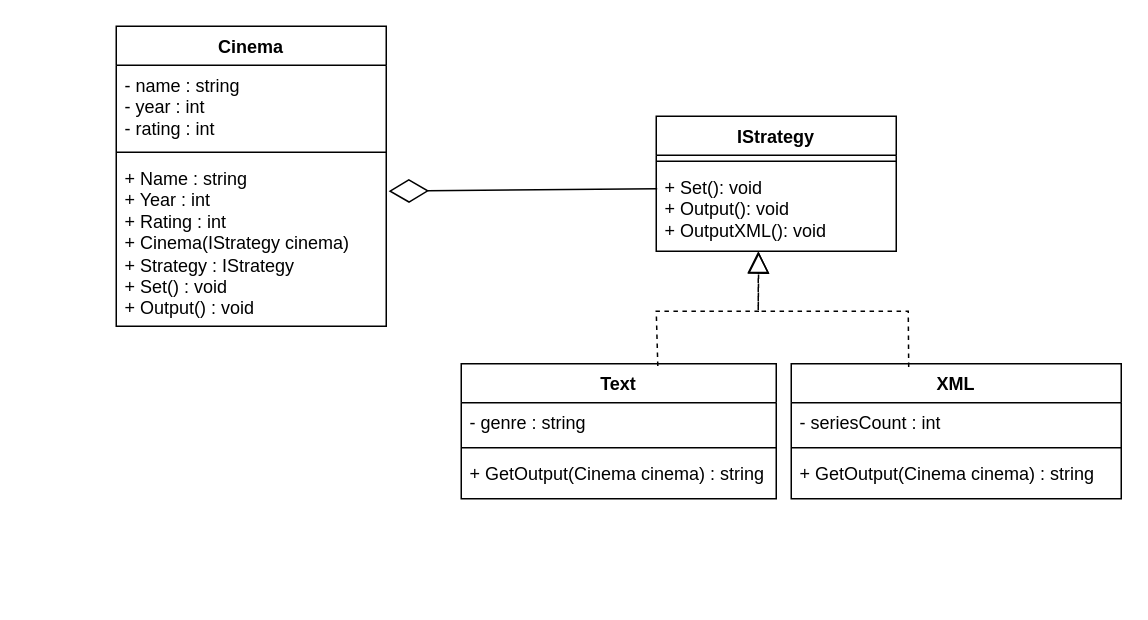
Earlier version of the draw.io diagram sem5/oopsptp/4/diagr.drawio (f1es/lab). Source tidied: cells renumbered, new cells numbered last; positions are measured from the earlier drawing's top-left corner, leaving out a move shared by most shapes. Both pictures are drawn from the tidied source at 150%, with x=0, y=0 at pixel (116, 26).
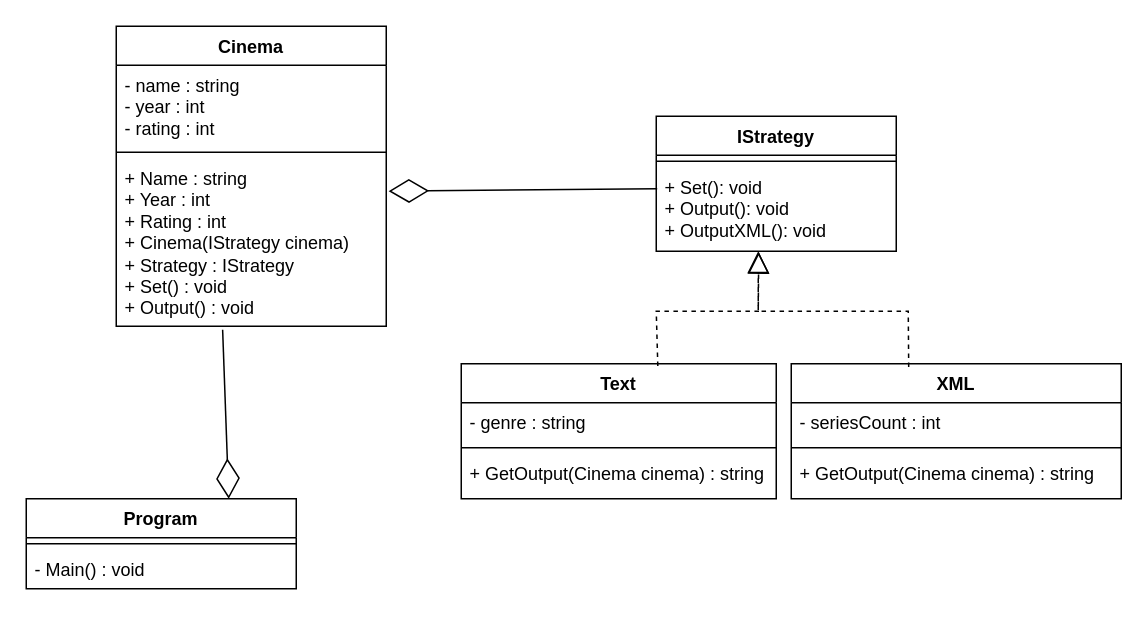
The same diagram, later.

Unchanged cells that the change refers to:
```xml
<mxCell id="8" value="+ Name : string&lt;br&gt;+ Year : int&lt;br&gt;+ Rating : int&lt;br&gt;+ Cinema(IStrategy cinema)&lt;br&gt;+ Strategy : IStrategy&lt;br&gt;+ Set() : void&lt;br&gt;+ Output() : void" style="text;strokeColor=none;fillColor=none;align=left;verticalAlign=top;spacingLeft=4;spacingRight=4;overflow=hidden;points=[[0,0.5],[1,0.5]];portConstraint=eastwest;whiteSpace=wrap;html=1;" parent="5" vertex="1">
  <mxGeometry y="88" width="180" height="112" as="geometry" />
</mxCell>
```

What changed in the source:
```diff
@@
+    <mxCell id="20" value="Program" style="swimlane;fontStyle=1;align=center;verticalAlign=top;horizontal=1;startSize=26;whiteSpace=wrap;html=1;" parent="1" vertex="1">
+      <mxGeometry x="-60" y="315" width="180" height="60" as="geometry" />
+    </mxCell>
+    <mxCell id="21" style="line;strokeWidth=1;fillColor=none;align=left;verticalAlign=middle;spacingTop=-1;spacingLeft=3;spacingRight=3;labelPosition=right;strokeColor=inherit;" parent="20" vertex="1">
+      <mxGeometry y="26" width="180" height="8" as="geometry" />
+    </mxCell>
+    <mxCell id="22" value="- Main() : void" style="text;strokeColor=none;fillColor=none;align=left;verticalAlign=top;spacingLeft=4;spacingRight=4;overflow=hidden;whiteSpace=wrap;html=1;" parent="20" vertex="1">
+      <mxGeometry y="34" width="180" height="26" as="geometry" />
+    </mxCell>
+    <mxCell id="23" style="endArrow=diamondThin;endFill=0;endSize=24;html=1;rounded=0;exitX=0.394;exitY=1.021;exitDx=0;exitDy=0;exitPerimeter=0;entryX=0.75;entryY=0;entryDx=0;entryDy=0;" parent="1" edge="1" source="8" target="20">
+      <mxGeometry relative="1" as="geometry" />
+    </mxCell>
```
